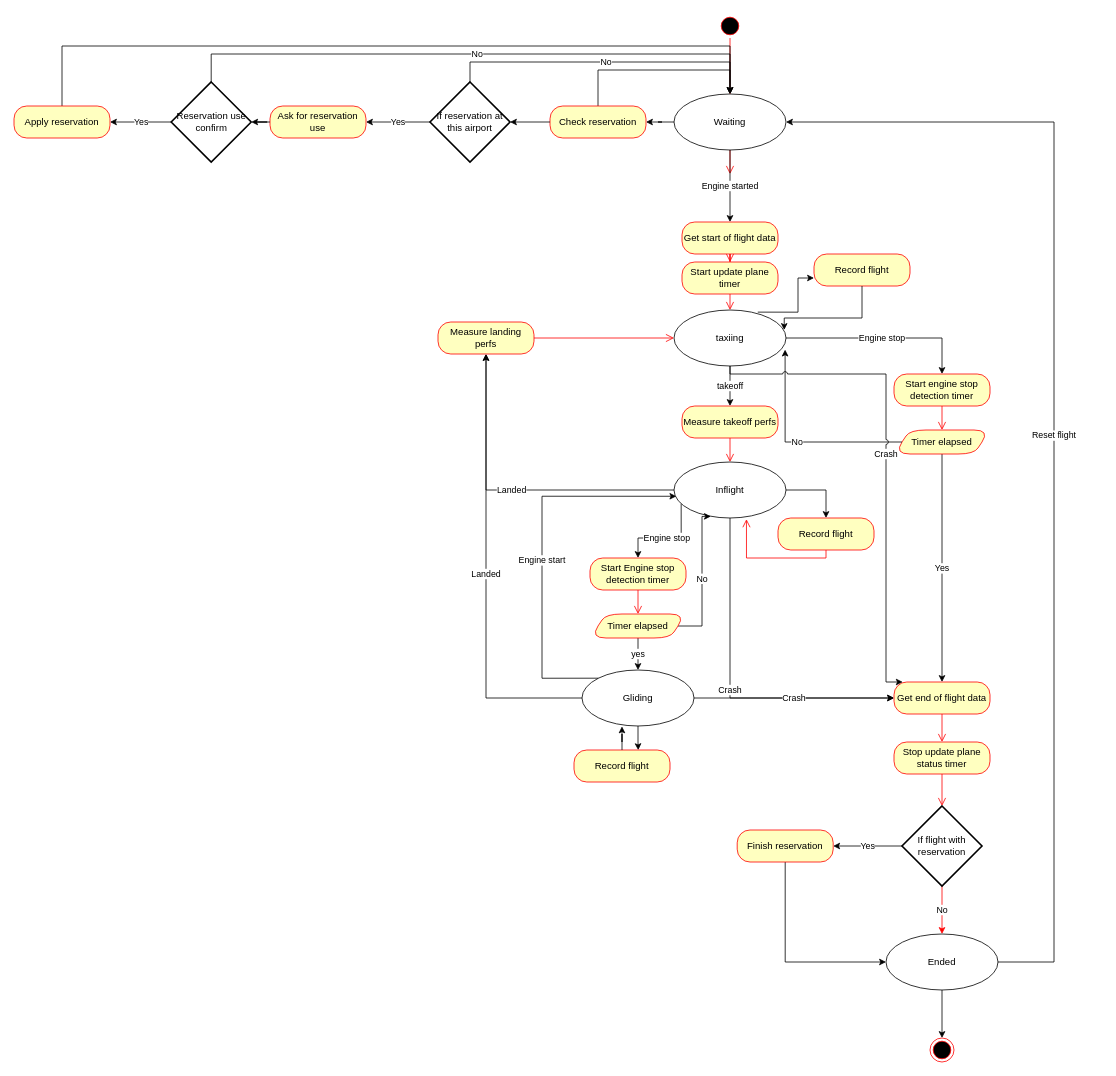
This is plugins/FlightRecPlugin/Acars.drawio from Skall34/SimAddon, a draw.io file, before an edit. Source tidied: cells renumbered, new cells numbered last; positions are measured from the earlier drawing's top-left corner, leaving out a move shared by most shapes. Both pictures are drawn from the tidied source at 80%, with x=0, y=0 at pixel (14, 14).
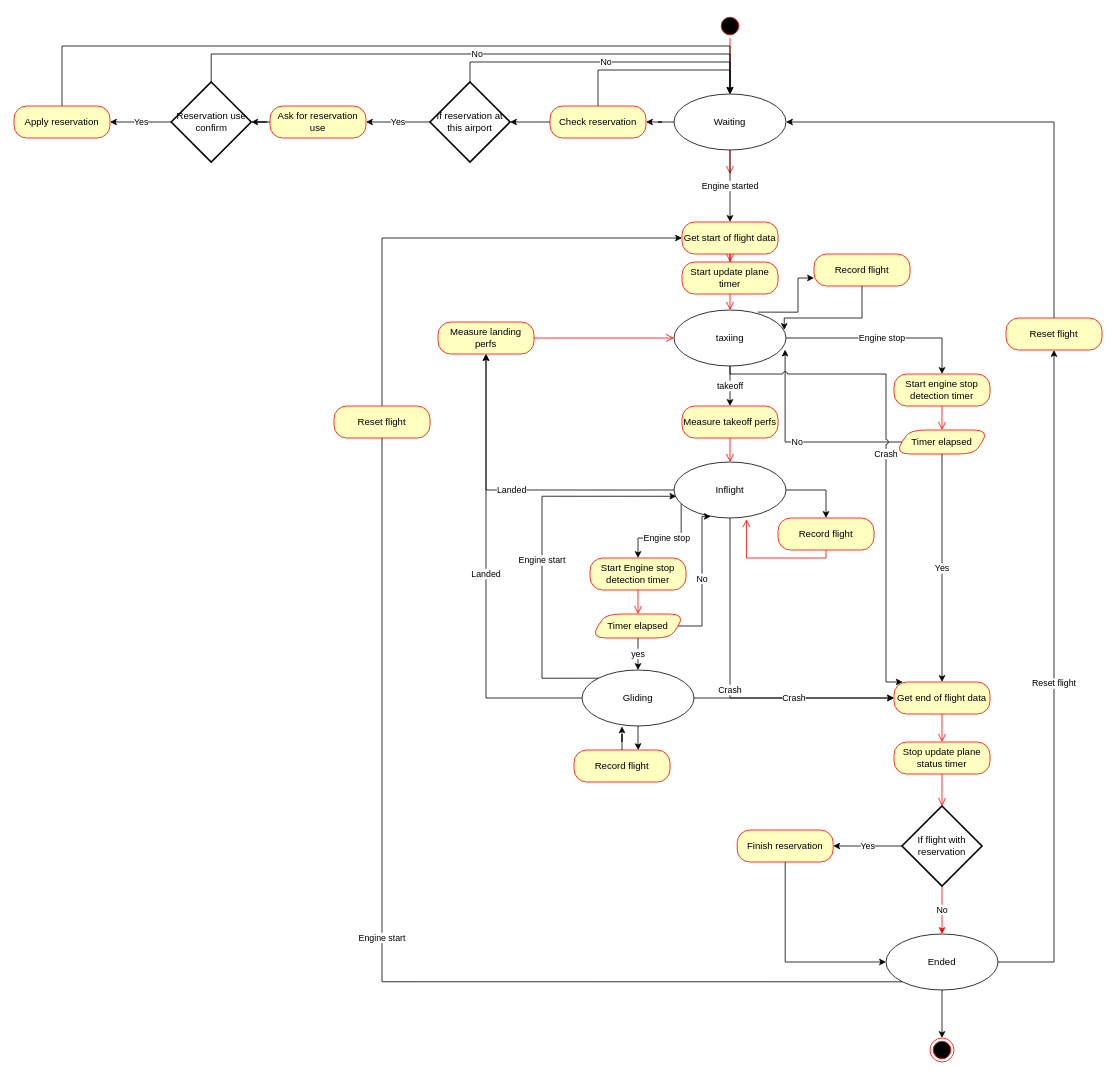
Above is the later version.

Commit message (it also covers changes not shown here):
En cas de reset de vol alors qu'un reservation est cours, demande a l'utilisateur s'il veut la conserver

The change refers to these unchanged cells:
```xml
<mxCell id="6" value="Waiting" style="ellipse;whiteSpace=wrap;html=1;" parent="1" vertex="1">
  <mxGeometry x="825" y="100" width="140" height="70" as="geometry" />
</mxCell>
<mxCell id="19" value="Get start of flight data" style="rounded=1;whiteSpace=wrap;html=1;arcSize=40;fontColor=#000000;fillColor=#ffffc0;strokeColor=#ff0000;" parent="1" vertex="1">
  <mxGeometry x="835" y="260" width="120" height="40" as="geometry" />
</mxCell>
<mxCell id="43" value="Ended" style="ellipse;whiteSpace=wrap;html=1;" parent="1" vertex="1">
  <mxGeometry x="1090" y="1150" width="140" height="70" as="geometry" />
</mxCell>
```

What changed in the source:
```diff
@@
-    <mxCell id="42" value="Reset flight" style="edgeStyle=orthogonalEdgeStyle;rounded=0;jettySize=auto;html=1;entryX=1;entryY=0.5;entryDx=0;entryDy=0;exitX=1;exitY=0.5;exitDx=0;exitDy=0;" parent="1" edge="1" source="43" target="6">
+    <mxCell id="42" style="edgeStyle=orthogonalEdgeStyle;rounded=0;jettySize=auto;html=1;entryX=1;entryY=0.5;entryDx=0;entryDy=0;exitX=0.5;exitY=0;exitDx=0;exitDy=0;" parent="1" edge="1" source="76" target="6">
       <mxGeometry relative="1" as="geometry">
         <Array as="points">
-          <mxPoint x="1300" y="1185" />
           <mxPoint x="1300" y="135" />
         </Array>
       </mxGeometry>
     </mxCell>
+    <mxCell id="72" style="edgeStyle=orthogonalEdgeStyle;rounded=0;jettySize=auto;html=1;entryX=0;entryY=0.5;entryDx=0;entryDy=0;exitX=0.5;exitY=0;exitDx=0;exitDy=0;" parent="1" edge="1" source="74" target="19">
+      <mxGeometry relative="1" as="geometry">
+        <Array as="points">
+          <mxPoint x="460" y="280" />
+        </Array>
+      </mxGeometry>
+    </mxCell>
@@
+    <mxCell id="73" value="Engine start" style="edgeStyle=orthogonalEdgeStyle;rounded=0;jettySize=auto;html=1;entryX=0;entryY=0.5;entryDx=0;entryDy=0;exitX=0;exitY=1;exitDx=0;exitDy=0;" parent="1" edge="1" source="43" target="74">
+      <mxGeometry relative="1" as="geometry">
+        <Array as="points">
+          <mxPoint x="460" y="1210" />
+        </Array>
+      </mxGeometry>
+    </mxCell>
+    <mxCell id="74" value="Reset flight" style="rounded=1;whiteSpace=wrap;html=1;arcSize=40;fontColor=#000000;fillColor=#ffffc0;strokeColor=#ff0000;" parent="1" vertex="1">
+      <mxGeometry x="400" y="490" width="120" height="40" as="geometry" />
+    </mxCell>
+    <mxCell id="75" value="Reset f&lt;span style=&quot;background-color: light-dark(#ffffff, var(--ge-dark-color, #121212)); color: light-dark(rgb(0, 0, 0), rgb(255, 255, 255));&quot;&gt;light&lt;/span&gt;" style="edgeStyle=orthogonalEdgeStyle;rounded=0;jettySize=auto;html=1;entryX=0.5;entryY=1;entryDx=0;entryDy=0;exitX=1;exitY=0.5;exitDx=0;exitDy=0;" parent="1" edge="1" source="43" target="76">
+      <mxGeometry relative="1" as="geometry">
+        <Array as="points">
+          <mxPoint x="1300" y="1185" />
+        </Array>
+      </mxGeometry>
+    </mxCell>
+    <mxCell id="76" value="Reset flight" style="rounded=1;whiteSpace=wrap;html=1;arcSize=40;fontColor=#000000;fillColor=#ffffc0;strokeColor=#ff0000;" parent="1" vertex="1">
+      <mxGeometry x="1240" y="380" width="120" height="40" as="geometry" />
+    </mxCell>
```
